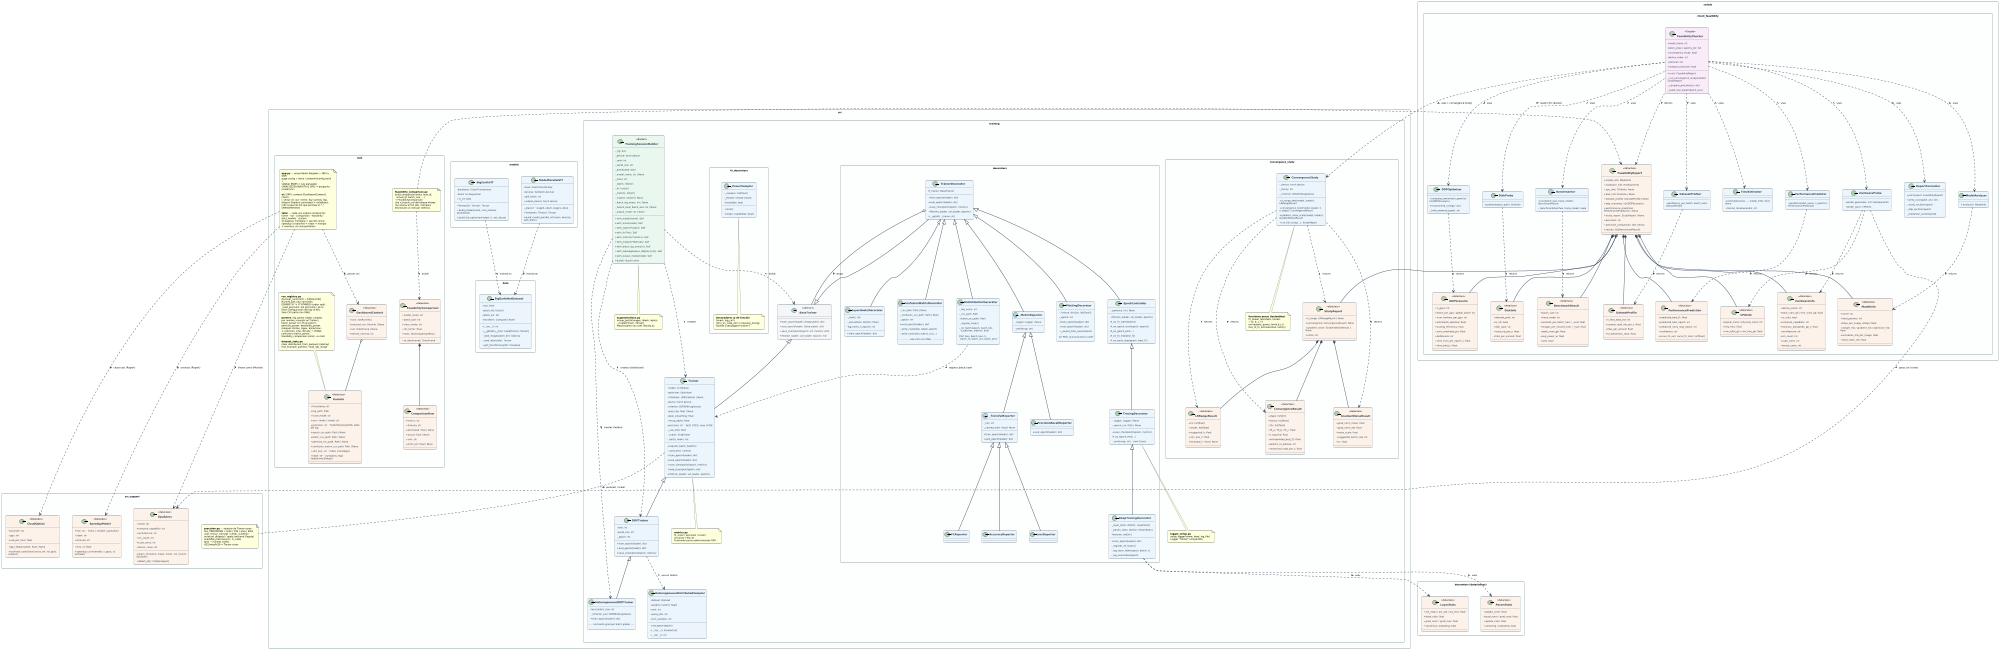
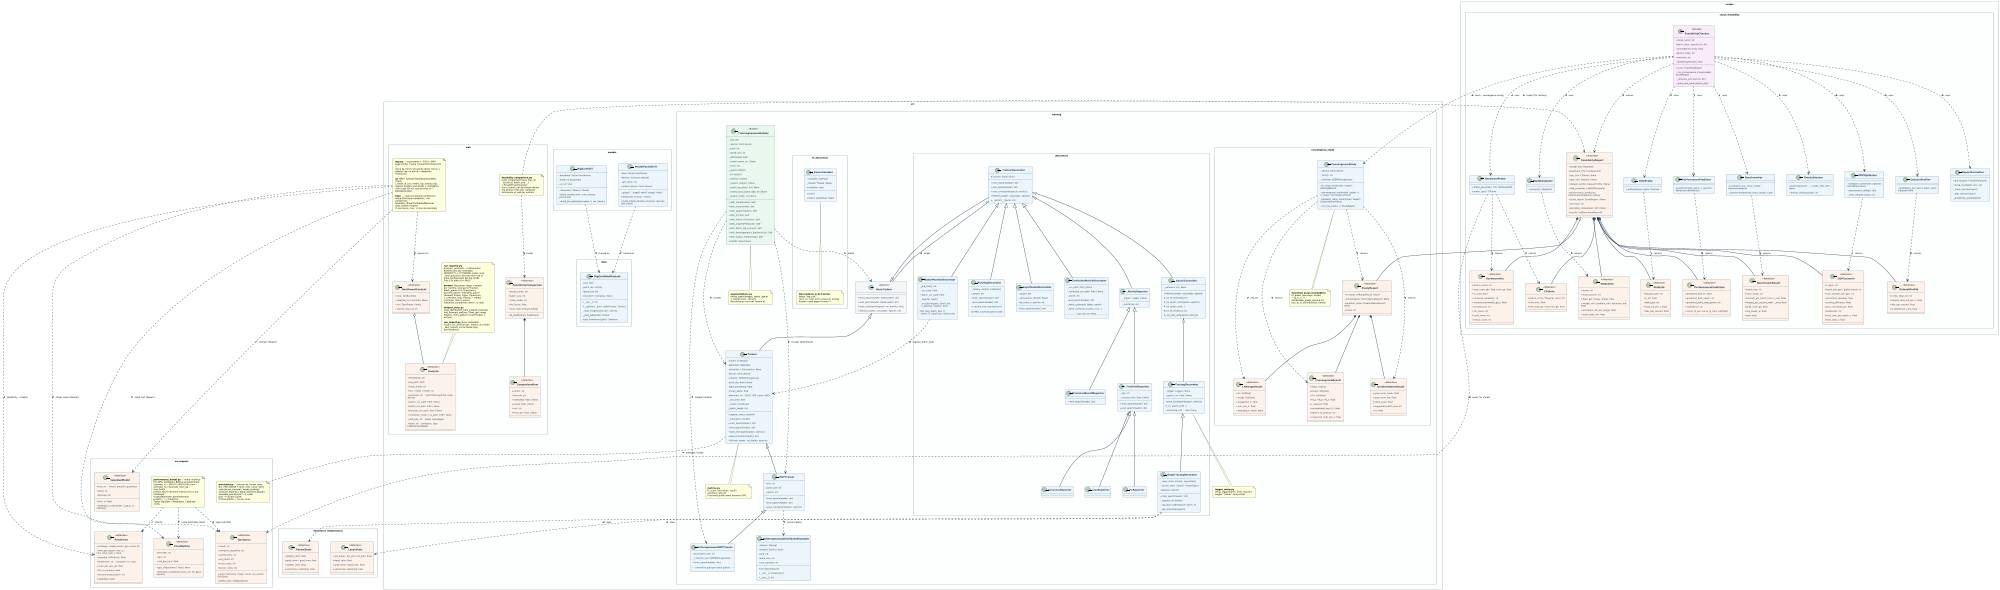
@startuml class_diagram
scale 2000 width
skinparam monochrome false
skinparam classAttributeIconSize 0
skinparam defaultFontName "DejaVu Sans"
skinparam defaultFontSize 9
skinparam classFontStyle bold
skinparam classFontSize 10
skinparam classHeaderBackgroundColor #1A5276
skinparam classBorderColor #2C3E50
skinparam classBackgroundColor #EBF5FB
skinparam arrowColor #2C3E50
skinparam arrowThickness 1.5
skinparam roundCorner 8
skinparam padding 4
skinparam nodesep 50
skinparam ranksep 55
skinparam wrapWidth 200
skinparam packageStyle rectangle
skinparam packageBorderColor #95A5A6
skinparam packageBackgroundColor #FDFEFE

' ════════════════════════════════════════════════════════════════
' PACKAGE: src.training
' ════════════════════════════════════════════════════════════════
package "src.training" #FDFEFE {

  abstract class BaseTrainer <<abstract>> {
    {abstract} + train_epoch(loader: DataLoader): dict
    {abstract} + eval_epoch(loader: DataLoader): dict
    {abstract} + save_checkpoint(epoch: int, metrics: dict)
    {abstract} + fit(train_loader, val_loader, epochs: int)
  }

  class Trainer {
    - model: nn.Module
    - optimizer: Optimizer
    - scheduler: LRScheduler | None
    - device: torch.device
    - criterion: BCEWithLogitsLoss
    - grad_clip: float | None
    - label_smoothing: float
    - mixup_alpha: float
    - precision: str  ' fp32 | tf32 | amp | bf16
    - _use_amp: bool
    - _scaler: GradScaler
    - _batch_hooks: list
    + register_batch_hook(fn)
    - _autocast(): context
    + train_epoch(loader): dict
    + eval_epoch(loader): dict
    + save_checkpoint(epoch, metrics)
    + load_checkpoint(path): dict
    + fit(train_loader, val_loader, epochs)
  }

  class DDPTrainer {
    - rank: int
    - world_size: int
    - _epoch: int
    ' precision reenviada a Trainer
    + train_epoch(loader): dict
    + eval_epoch(loader): dict
    + save_checkpoint(epoch, metrics)
  }

  class HeterogeneousDDPTrainer {
    - local_batch_size: int
    - _criterion_sum: BCEWithLogitsLoss
    + train_epoch(loader): dict
    .. normaliza grad por batch global ..
  }

  class TrainingSessionBuilder <<Builder>> {
    - _cfg: dict
    - _device: torch.device
    - _rank: int
    - _world_size: int
    - _distributed: bool
    - _model_name: str | None
    - _trace: str
    - _layers: list[str]
    - _fn: list[str]
    - _metrics: list[str]
    - _inspect: set[str] | None
    - _batch_log_every: int | None
    - _hetero_local_batch_size: int | None
    - _output_mode: str | None
    + with_model(name): Self
    + with_trace(mode): Self
    + with_layers(*layers): Self
    + with_fn(*fns): Self
    + with_metrics(*metrics): Self
    + with_inspect(*features): Self
    + with_batch_log_every(n): Self
    + with_heterogeneous_ddp(local_bs): Self
    + with_output_mode(mode): Self
    + build(): BaseTrainer
  }

  class HeterogeneousDistributedSampler {
    - dataset: Dataset
    - weights: list[int | float]
    - rank: int
    - world_size: int
    - num_samples: int
    + set_epoch(epoch)
    + __iter__(): Iterator[int]
    + __len__(): int
  }

  note as aug_note
    **augmentations.py**
    mixup_batch(images, labels, alpha)
    → tuple[Tensor, Tensor]
    Mezcla pares con coef. Beta(α,α).
  end note

  note as metrics_note
    **metrics.py**
    f1_score / precision / recall /
    accuracy / eta_str
    Funciones puras sobre tensores GPU.
  end note

  note as logger_note
    **logger_setup.py**
    setup_logger(name, level, log_file)
    Logger "trainer" compartido.
  end note

}

' ════════════════════════════════════════════════════════════════
' PACKAGE: src.training.convergence_study  (estudio empírico v4)
' ════════════════════════════════════════════════════════════════
package "src.training.convergence_study" #FDFEFE {

  class ConvergenceStudy {
    - _device: torch.device
    - _family: str
    - _criterion: BCEWithLogitsLoss
    + lr_range_test(model, loader): LRRangeResult
    + convergence_test(model, loader, lr, n_steps): ConvergenceResult
    + gradient_noise_scale(model, loader): GradientNoiseResult
    + run_full_study(...): StudyReport
  }

  class LRRangeResult <<dataclass>> {
    + lrs: list[float]
    + losses: list[float]
    + suggested_lr: float
    + min_loss_lr: float
    + diverged_lr: float | None
  }

  class ConvergenceResult <<dataclass>> {
    + steps: list[int]
    + losses: list[float]
    + f1s: list[float]
    + fit_a / fit_b / fit_c: float
    + r_squared: float
    + extrapolated_best_f1: float
    + epochs_to_plateau: int
    + measured_imgs_per_s: float
  }

  class GradientNoiseResult <<dataclass>> {
    + grad_norm_mean: float
    + grad_norm_std: float
    + noise_scale: float
    + suggested_batch_size: int
    + cv: float
  }

  class StudyReport <<dataclass>> {
    + lr_range: LRRangeResult | None
    + convergence: ConvergenceResult | None
    + gradient_noise: GradientNoiseResult | None
    + notes: str
  }

  note as fit_note
    **funciones puras (testeables)**
    fit_power_law(steps, losses)
    → (a, b, c, r²)
    extrapolate_power_law(a,b,c,t)
    loss_to_f1_estimate(loss, family)
  end note

}

' ════════════════════════════════════════════════════════════════
' PACKAGE: src.training.decorators
' ════════════════════════════════════════════════════════════════
package "src.training.decorators" #FDFEFE {

  class TrainerDecorator {
    # _trainer: BaseTrainer
    + train_epoch(loader): dict
    + eval_epoch(loader): dict
    + save_checkpoint(epoch, metrics)
    + fit(train_loader, val_loader, epochs)
    + __getattr__(name: str)
  }

  class EpochController {
    - _patience: int | None
    + fit(train_loader, val_loader, epochs)
    # _on_fit_start(epochs)
    # _on_epoch_start(epoch, epochs)
    # _on_epoch_end(...)
    # _on_fit_end(best_f1)
    # _on_early_stop(epoch, best_f1)
  }

  class TracingDecorator {
    - _logger: Logger | None
    - _epoch_csv: Path | None
    + save_checkpoint(epoch, metrics)
    # _on_epoch_end(...)
    - _emit(msg: str)  ' rank 0 only
  }

  class DeepTracingDecorator {
    - _layer_stats: dict[str, LayerStats]
    - _param_stats: dict[str, ParamStats]
    - features: set[str]
    + train_epoch(loader): dict
    - _register_all_hooks()
    - _log_layer_table(epoch, batch, n)
    - _log_anomalies(epoch)
  }

  class PlottingDecorator {
    - _history: dict[str, list[float]]
    - _epoch: int
    + train_epoch(loader): dict
    + eval_epoch(loader): dict
    + _record_train_result(result)
    .. sin PNG: acumula para la web ..
  }

  class LayerHooksDecorator {
    - _hooks: list
    - _activations: dict[str, float]
    - log_every_n_epochs: int
    + train_epoch(loader): dict
  }

  class ConfusionMatrixDecorator {
    - _csv_path: Path | None
    - _confusion_csv_path: Path | None
    - _epoch: int
    + eval_epoch(loader): dict
    - _write_csv(preds, labels, epoch)
    - _write_confusion_matrix_csv(...)
    .. solo CSV (sin PNG) ..
  }

  class BatchMonitorDecorator {
    - _log_every: int
    - _csv_path: Path
    + batch_csv_path: Path
    - _register_hook()
    - _on_batch(epoch, batch_idx,\n  n_batches, metrics: dict)
    .. CSV: loss, batch_loss, lr,\n  batch_f1, batch_acc, batch_prec ..
  }

  abstract class _MetricReporter {
    - _logger: Logger | None
    - _emit(msg: str)
  }

  abstract class _TrainValReporter {
    - _key: str
    - _cached_train: float | None
    + train_epoch(loader): dict
    + eval_epoch(loader): dict
  }

  class LossReporter
  class F1Reporter
  class AccuracyReporter
  class PrecisionRecallReporter {
    + eval_epoch(loader): dict
  }

}

' ════════════════════════════════════════════════════════════════
' PACKAGE: src.training.decorators — dataclasses internas
' ════════════════════════════════════════════════════════════════
package "decorators (dataclasses)" #FDFEFE {

  class LayerStats <<dataclass>> {
    + act_mean / act_std / act_max: float
    + dead_ratio: float
    + grad_norm / grad_max: float
    + vanishing / exploding: bool
  }

  class ParamStats <<dataclass>> {
    + weight_norm: float
    + grad_norm / grad_max: float
    + update_ratio: float
    + vanishing / exploding: bool
  }

}

' ════════════════════════════════════════════════════════════════
' PACKAGE: src.training.fn_decorators
' ════════════════════════════════════════════════════════════════
package "src.training.fn_decorators" #FDFEFE {

  class _PowerSampler {
    - _samples: list[float]
    - _thread: Thread | None
    + available: bool
    + start()
    + stop(): tuple[float, float]
  }

  note as fn_note
    **Decoradores @ de función**
    timed / log_call /
    retry_on_cuda_oom / measure_energy
    Rutean a getLogger("trainer").
  end note

  _PowerSampler .. fn_note

}

' ════════════════════════════════════════════════════════════════
' PACKAGE: src.models / src.data
' ════════════════════════════════════════════════════════════════
package "src.models" #FDFEFE {
  class BigEarthViT {
    - backbone: VisionTransformer
    - head: nn.Sequential
    + is_vit: bool
    + forward(x: Tensor): Tensor
    + build_model(name, num_classes, pretrained)
    + build_llrd_optimizer(model, lr, wd, decay)
  }

  class ModelParallelViT {
    ' paralelismo de modelo (pipeline naive)
    - base: VisionTransformer
    - devices: list[torch.device]
    - split_block: int
    + output_device: torch.device
    - _place()  ' stage0→dev0, stage1→dev1
    + forward(x: Tensor): Tensor
    + build_model_parallel_vit(name, devices, split_block)
  }
}

' ════════════════════════════════════════════════════════════════
' PACKAGE: src (módulos de soporte — feasibility/web)
' ════════════════════════════════════════════════════════════════
package "src.support" as support #FDFEFE {

  class GpuSpecs <<dataclass>> {
    + name: str
    + compute_capability: str
    + architecture: str
    + sm_count: int
    + cuda_cores: int
    + tensor_cores: int
    + specs_for(name, major, minor, sm_count): GpuSpecs
    + detect_all(): list[GpuSpecs]
  }

  class SpeedupModel <<dataclass>> {
    + key: str  ' linear | amdahl | gustafson
    + label: str
    + formula: str
    + fn(n, s): float
    + speedup_curve(model, n_gpus, s): list[float]
  }

  class CloudOption <<dataclass>> {
    + provider: str
    + gpu: str
    + usd_per_hour: float
    + gpu_tflops(name): float | None
    + estimate_costs(total_hours_ref, ref_gpu): list[dict]
  }

+   class Prediction <<dataclass>> {
+     ' src.performance_model — predictor analítico
+     + strategy / model_name / gpu_name: str
+     + time_per_epoch_train_s / time_total_train_s: float
+     + speedup / efficiency: float
+     + bottleneck: str  ' compute | io | sync
+     + vram_per_gpu_gb: float
+     + fits_in_memory: bool
+     + recommended_batch: int
+     + calibrated: bool
+   }
+ 
+   note as perfmodel_note
+     **performance_model.py** — motor analítico
+     (sin GPU, testeable). Estima sin benchmark:
+     estimate_rc = MFU·TFLOPS/FLOPs_train
+     estimate_rio / estimate_vram_gb / max_batch
+     predict_epoch (fórmula maestra T(n,π) por
+     estrategia: single/ddp/model_parallel/hetero)
+     predict(...) → Prediction
+     Tablas GpuSpec / ModelSpec. Calibrado <10%.
+   end note
+ 
  note as precision_note
    **precision.py** — selector de Tensor cores
    ALL_PRECISIONS = fp32 | tf32 | amp | bf16
    uses_tensor_cores(p) / needs_scaler(p)
    autocast_dtype(p) / apply_backend_flags(p)
    available_precisions(cc, is_cuda)
    fp32 → núcleos CUDA;
    tf32/amp/bf16 → Tensor cores
  end note
}

package "src.data" #FDFEFE {
  class BigEarthNetDataset {
    - root: Path
    - patch_ids: list[str]
    - labels_list: list
    - transform: Compose | None
    + __len__(): int
    + __getitem__(idx): tuple[Tensor, Tensor]
    - _load_image(patch_dir): ndarray
    - _load_labels(idx): Tensor
    + get_transforms(split): Compose
  }
}

' ════════════════════════════════════════════════════════════════
' PACKAGE: scripts.check_feasibility (v4)
' ════════════════════════════════════════════════════════════════
package "scripts.check_feasibility" #FDFEFE {

  class ModelInfo <<dataclass>> {
    + name: str
    + total_params: int
    + flops_per_image_mflops: float
    + weight_mb / gradient_mb / optimizer_mb: float
    + activation_mb_per_image: float
    + total_static_mb: float
  }

  class HardwareInfo <<dataclass>> {
    + device_name: str
    + total_vram_gb / free_vram_gb: float
    + is_cuda: bool
    + compute_capability: str
    + memory_bandwidth_gb_s: float
    + architecture: str
    + sm_count: int
    + cuda_cores: int
    + tensor_cores: int
  }

  class CPUInfo <<dataclass>> {
    + logical_cores / physical_cores: int
    + freq_mhz: float
    + ram_total_gb / ram_free_gb: float
  }

  class DiskInfo <<dataclass>> {
    + dataset_path: str
    + is_nfs: bool
    + disk_type: str
    + read_mb_per_s: float
    + files_per_second: float
  }

  class DatasetProfile <<dataclass>> {
    + n_files_total_est: int
    + sample_read_mb_per_s: float
    + files_per_second: float
    + io_bottleneck_ratio: float
  }

  class DDPScenario <<dataclass>> {
    + n_gpus: int
    + batch_per_gpu / global_batch: int
    + num_workers_per_gpu: int
    + estimated_speedup: float
    + scaling_efficiency: float
    + sync_overhead_pct: float
    + bottleneck: str
    + time_train_per_epoch_s: float
    + time_total_s: float
  }

  class PerformancePrediction <<dataclass>> {
    + predicted_best_f1: float
    + predicted_best_epoch: int
    + predicted_early_stop_epoch: int
    + confidence: str
    + curve_f1_val / curve_f1_train: list[float]
  }

  class BenchmarkResult <<dataclass>> {
    + batch_size: int
    + trace_mode: str
    + seconds_per_batch_train / _eval: float
    + images_per_second_train / _eval: float
    + peak_vram_gb: float
    + avg_power_w: float
    + oom: bool
  }

  class FeasibilityReport <<dataclass>> {
    + model_info: ModelInfo
    + hardware_info: HardwareInfo
    + cpu_info: CPUInfo | None
    + disk_info: DiskInfo | None
    + dataset_profile: DatasetProfile | None
    + ddp_scenarios: list[DDPScenario]
    + performance_prediction: PerformancePrediction | None
    + study_report: StudyReport | None
    + precision: str
    + precision_comparison: dict | None
    + results: list[BenchmarkResult]
  }

  class ModelAnalyzer {
    + analyze(): ModelInfo
  }
  class HardwareProbe {
    + probe_gpu(index: int): HardwareInfo
    + probe_cpu(): CPUInfo
  }
  class DiskProbe {
    + probe(dataset_path): DiskInfo
  }
  class DatasetProfiler {
    + profile(sec_per_batch, batch_size): DatasetProfile
  }
  class Benchmarker {
    + run(batch_size, trace_mode): BenchmarkResult
    - _benchmark(batches, trace_mode): tuple
  }
  class TimeEstimator {
    + estimate(result, ..., model_info): dict | None
    + format_time(seconds): str
  }
  class DDPOptimizer {
    + compute_scenarios(n_epochs): list[DDPScenario]
    + recommend_config(): dict
    - _infer_network_type(): str
  }
  class PerformancePredictor {
    + predict(model_name, n_epochs): PerformancePrediction
  }
  class ReportFormatter {
    + print(report: FeasibilityReport)
    + write_csv(report, env: str)
    - _study_section(report)
    - _ddp_section(report)
    - _prediction_section(pred)
  }
  class FeasibilityChecker <<Facade>> {
    - model_name: str
    - batch_sizes / epochs_list: list
    - convergence_study: bool
    - device_index: int
    - precision: str
    - compare_precision: bool
    + run(): FeasibilityReport
    - _run_convergence_study(model): StudyReport
    - _compare_precisions(): dict
    - _build_real_loader(batch_size)
  }

}

' ════════════════════════════════════════════════════════════════
' PACKAGE: src.web
' ════════════════════════════════════════════════════════════════
package "src.web" #FDFEFE {

  class RunInfo <<dataclass>> {
    + timestamp: str
    + log_path: Path
    + trace_mode: str
    + env / mode / model: str
    + precision: str  ' fp32/tf32/amp/bf16, leída del log
    + epoch_csv_path: Path | None
    + batch_csv_path: Path | None
    + perclass_csv_path: Path | None
    + confusion_matrix_csv_path: Path | None
    + sort_key: str  ' orden cronológico
    + label: str  ' compacto, tags [ddp]/[amp]/[deep]
  }

  class FeasibilityComparison <<dataclass>> {
    + model_name: str
    + batch_size: int
    + trace_mode: str
    + nfs_factor: float
    + rows: list[ComparisonRow]
    + to_dataframe(): DataFrame
  }

  class ComparisonRow <<dataclass>> {
    + metric: str
    + formula: str
    + estimated: float | None
    + actual: float | None
    + unit: str
    + error_pct: float | None
  }

  note as cmp_note
    **feasibility_comparison.py**
    build_comparison(meta, feas_df,
      actual_df, batch_size, ...)
    → FeasibilityComparison
    Usa n_train/n_val del bloque #sizes
    (no asume el full set). Compara
    estimación vs real por métrica.
  end note

  class DashboardContext <<dataclass>> {
    ' src.web.ui.context — estado compartido (ctx)
    + runs: list[RunInfo]
    + selected_run: RunInfo | None
    + run: DataFrame | None
    + refresh_interval: int
  }

  note as web_note
    **run_registry.py**
    discover_runs(root) → list[RunInfo]
    RunInfo.sort_key normaliza
    DDMMYYYY → YYYYMMDD (orden real).
    _read_precision: lee precision= de la
    línea Configuración del log (4 KB).
    Solo CSV paths (sin PNG).

    **parsers**: log_parser (deep: campos
    por nombre; energía \w*Trainer),
    batch_parser (v3: f1/acc/prec),
    perclass_parser, feasibility_parser
    (bloques #sizes, #gpu, #precision,
    #precision_cmp, #study_*, #ddp),
    confusion_matrix_parser,
    feasibility_comparison (estim. vs real)

    **dataset_stats.py**
    class_distribution_from_parquet (ndarray)
    find_example_patches / load_rgb_image
+     helpers._class_gallery (1 patch/clase, 1 lectura)
+ 
+     **run_import.py** (puro, testeable)
+     import_run_archive(zip) / import_run_folder
+     _dest_relpath (corta desde logs/, anti-traversal)
  end note

  note as web_arch_note
-     **app.py** — orquestador delgado (~180 ln, SRP)
+     **app.py** — orquestador (~220 ln, SRP)
    page config + tema (.streamlit/config.toml) +
-     sidebar EN/ES + nav agrupada
-     (ANALYZE/PLAN/DATA & OPS) → despacha render(ctx)
+     menú de iconos (streamlit-option-menu) +
+     selector de run activo → despacha render(ctx)

    **ui/** (SRP): context (DashboardContext),
    charts (_show/_dl_csv/_metric_fig/_overlay_fig),
    helpers (loaders cacheados + utilidades),
    i18n (capa EN→ES que parchea st.* / DeltaGenerator)

    **tabs/** — cada uno expone render(ctx):
-     home · run · comparison · feasibility ·
-     data_models · system
-     (6 páginas; Compare = sección única:
-     speedup vs baseline + radar + energía
-     + overlays, sin sub-pestañas)
+     home (Overview compacto) · run · comparison ·
+     feasibility (Predict/Validate/Measure) ·
+     data_models (Import)
+     (5 secciones, máx. 1 nivel de pestañas)
  end note

}

' ════════════════════════════════════════════════════════════════
' RELACIONES DE HERENCIA
' ════════════════════════════════════════════════════════════════

BaseTrainer <|-- Trainer
Trainer <|-- DDPTrainer
DDPTrainer <|-- HeterogeneousDDPTrainer
BaseTrainer <|-- TrainerDecorator

TrainerDecorator <|-- EpochController
TrainerDecorator <|-- PlottingDecorator
TrainerDecorator <|-- LayerHooksDecorator
TrainerDecorator <|-- ConfusionMatrixDecorator
TrainerDecorator <|-- BatchMonitorDecorator
TrainerDecorator <|-- _MetricReporter

EpochController <|-- TracingDecorator
TracingDecorator <|-- DeepTracingDecorator

_MetricReporter <|-- _TrainValReporter
_MetricReporter <|-- PrecisionRecallReporter
_TrainValReporter <|-- LossReporter
_TrainValReporter <|-- F1Reporter
_TrainValReporter <|-- AccuracyReporter

' ════════════════════════════════════════════════════════════════
' RELACIONES DE COMPOSICIÓN / DEPENDENCIA
' ════════════════════════════════════════════════════════════════

TrainerDecorator o-- BaseTrainer : wraps >

TrainingSessionBuilder ..> BaseTrainer : builds >
TrainingSessionBuilder ..> Trainer : creates >
TrainingSessionBuilder ..> DDPTrainer : creates (distributed) >
TrainingSessionBuilder ..> HeterogeneousDDPTrainer : creates (hetero) >
TrainingSessionBuilder ..> aug_note : uses >

DDPTrainer ..> HeterogeneousDistributedSampler : usa en hetero >

DeepTracingDecorator ..> LayerStats : uses >
DeepTracingDecorator ..> ParamStats : uses >
BatchMonitorDecorator ..> Trainer : register_batch_hook >

ConvergenceStudy ..> LRRangeResult : returns >
ConvergenceStudy ..> ConvergenceResult : returns >
ConvergenceStudy ..> GradientNoiseResult : returns >
ConvergenceStudy ..> StudyReport : returns >
ConvergenceStudy .. fit_note
StudyReport *-- LRRangeResult
StudyReport *-- ConvergenceResult
StudyReport *-- GradientNoiseResult

FeasibilityChecker ..> ModelAnalyzer : uses >
FeasibilityChecker ..> HardwareProbe : uses >
FeasibilityChecker ..> DiskProbe : uses >
FeasibilityChecker ..> DatasetProfiler : uses >
FeasibilityChecker ..> Benchmarker : uses >
FeasibilityChecker ..> TimeEstimator : uses >
FeasibilityChecker ..> DDPOptimizer : uses >
FeasibilityChecker ..> PerformancePredictor : uses >
FeasibilityChecker ..> ReportFormatter : uses >
FeasibilityChecker ..> ConvergenceStudy : uses (--convergence-study) >

ModelAnalyzer ..> ModelInfo : returns >
HardwareProbe ..> HardwareInfo : returns >
HardwareProbe ..> GpuSpecs : specs_for (cores) >
HardwareProbe ..> CPUInfo : returns >
DiskProbe ..> DiskInfo : returns >
DatasetProfiler ..> DatasetProfile : returns >
Benchmarker ..> BenchmarkResult : returns >
DDPOptimizer ..> DDPScenario : returns >
PerformancePredictor ..> PerformancePrediction : returns >
FeasibilityChecker ..> FeasibilityReport : returns >

FeasibilityReport *-- ModelInfo
FeasibilityReport *-- HardwareInfo
FeasibilityReport *-- CPUInfo
FeasibilityReport *-- DiskInfo
FeasibilityReport *-- DatasetProfile
FeasibilityReport *-- DDPScenario
FeasibilityReport *-- PerformancePrediction
FeasibilityReport *-- BenchmarkResult
FeasibilityReport o-- StudyReport

BigEarthViT ..> BigEarthNetDataset : trained on >
ModelParallelViT ..> BigEarthNetDataset : trained on >

Trainer ..> metrics_note : uses >
Trainer ..> precision_note : autocast / scaler >
TracingDecorator ..> logger_note : uses >
web_note ..> RunInfo : creates >

' ── web modular (SRP): orquestador + ui/ + tabs/ ──
web_arch_note ..> DashboardContext : passes ctx >
DashboardContext o-- RunInfo
web_arch_note ..> SpeedupModel : overlays (Report) >
web_arch_note ..> CloudOption : cloud cost (Report) >
web_arch_note ..> GpuSpecs : shows cores (Monitor) >
+ web_arch_note ..> Prediction : Feasibility → Predict >
+ perfmodel_note ..> Prediction : returns >
+ perfmodel_note ..> GpuSpecs : specs por GPU >
+ perfmodel_note ..> CloudOption : coste (estimate_costs) >

FeasibilityComparison *-- ComparisonRow
cmp_note ..> FeasibilityComparison : builds >
cmp_note ..> FeasibilityReport : reads CSV (#sizes) >

' ════════════════════════════════════════════════════════════════
' ESTILOS POR TIPO
' ════════════════════════════════════════════════════════════════

skinparam class {
  HeaderBackgroundColor #1A5276
  BackgroundColor #EBF5FB
  BorderColor #2C3E50
  FontColor #FFFFFF
  AttributeFontColor #2C3E50
}

skinparam class<<abstract>> {
  HeaderBackgroundColor #1B2631
  BackgroundColor #F4F6F7
}

skinparam class<<dataclass>> {
  HeaderBackgroundColor #6E2F04
  BackgroundColor #FDF2E9
}

skinparam class<<Facade>> {
  HeaderBackgroundColor #512E5F
  BackgroundColor #F9EBF8
}

skinparam class<<Builder>> {
  HeaderBackgroundColor #145A32
  BackgroundColor #E9F7EF
}

@enduml
